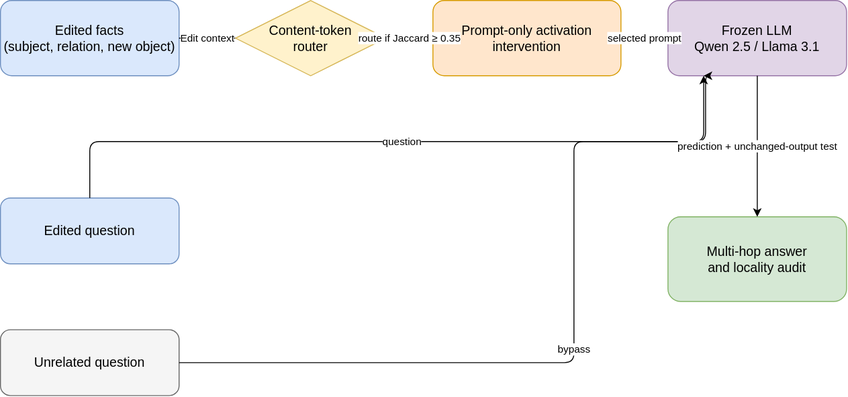
Before: paper_icasp2027/figures/cqag_pipeline.svg, a diagram exported from draw.io (JJayshum/CQAG). Source tidied: cells renumbered, new cells last; positions are measured from the earlier drawing's top-left corner, leaving out a move shared by most shapes.
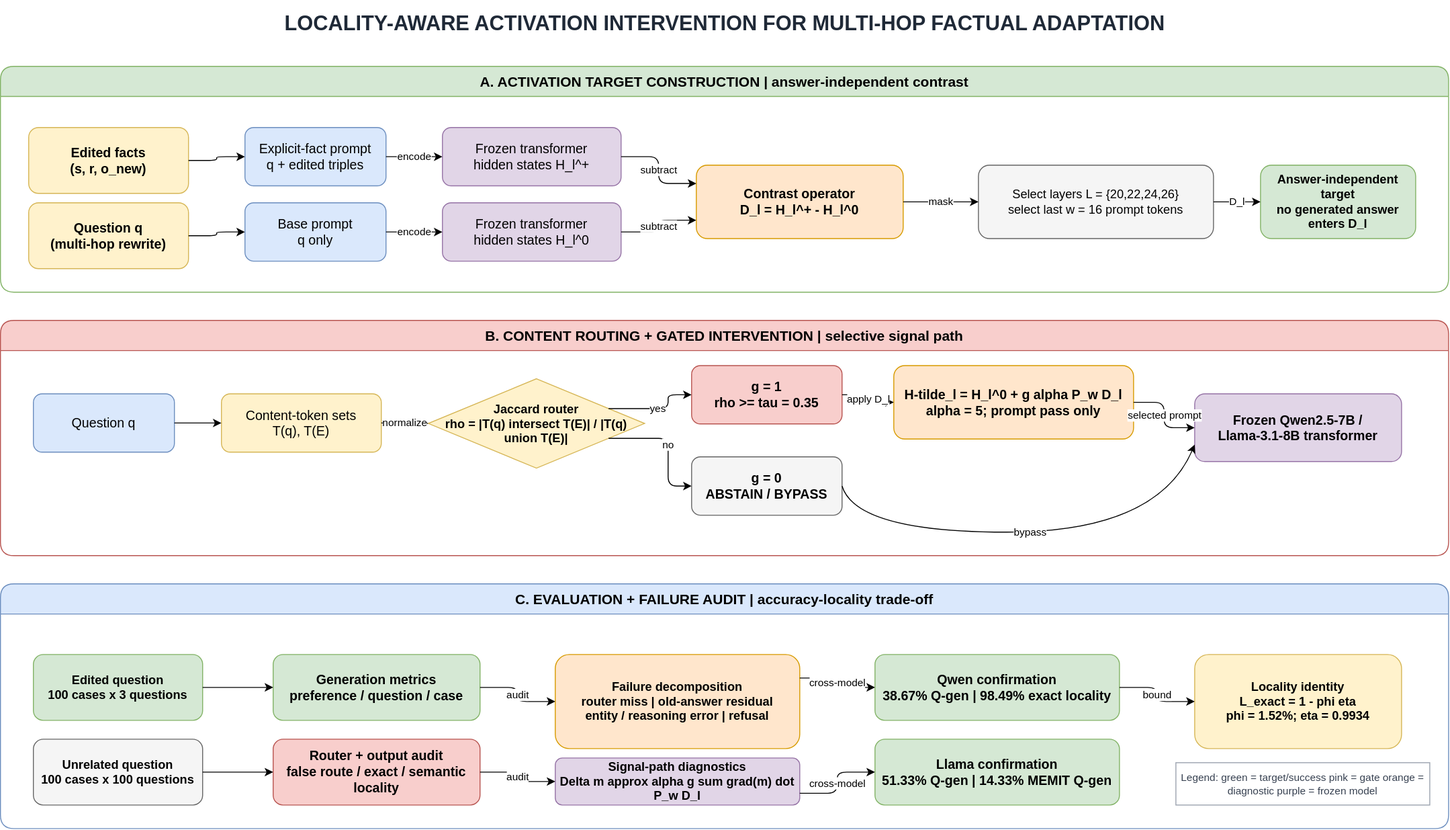
The same file after the commit.

Commit message:
Redesign paper figure with detailed signal-path audit

What changed in the source:
```diff
@@ -2,55 +2,166 @@
   <root>
     <mxCell id="0" />
     <mxCell id="1" parent="0" />
-    <mxCell id="2" value="Edited facts&#10;(subject, relation, new object)" style="rounded=1;whiteSpace=wrap;html=1;fillColor=#dae8fc;strokeColor=#6c8ebf;fontSize=14;" parent="1" vertex="1">
-      <mxGeometry width="190" height="80" as="geometry" />
+    <mxCell id="2" value="LOCALITY-AWARE ACTIVATION INTERVENTION FOR MULTI-HOP FACTUAL ADAPTATION" style="text;html=1;align=center;verticalAlign=middle;fontStyle=1;fontSize=22;fontColor=#1f2937;" parent="1" vertex="1">
+      <mxGeometry y="-130" width="1520" height="50" as="geometry" />
     </mxCell>
-    <mxCell id="3" value="Content-token&#10;router" style="rhombus;whiteSpace=wrap;html=1;fillColor=#fff2cc;strokeColor=#d6b656;fontSize=14;" parent="1" vertex="1">
-      <mxGeometry x="250" width="160" height="80" as="geometry" />
+    <mxCell id="3" value="A. ACTIVATION TARGET CONSTRUCTION  |  answer-independent contrast" style="swimlane;startSize=32;rounded=1;whiteSpace=wrap;html=1;fillColor=#d5e8d4;strokeColor=#82b366;fontStyle=1;fontSize=15;" parent="1" vertex="1">
+      <mxGeometry x="-10" y="-60" width="1540" height="240" as="geometry" />
     </mxCell>
-    <mxCell id="4" value="Prompt-only activation&#10;intervention" style="rounded=1;whiteSpace=wrap;html=1;fillColor=#ffe6cc;strokeColor=#d79b00;fontSize=14;" parent="1" vertex="1">
-      <mxGeometry x="460" width="200" height="80" as="geometry" />
+    <mxCell id="4" value="Edited facts&#10;(s, r, o_new)" style="rounded=1;whiteSpace=wrap;html=1;fillColor=#fff2cc;strokeColor=#d6b656;fontSize=14;fontStyle=1;" parent="3" vertex="1">
+      <mxGeometry x="30" y="65" width="170" height="70" as="geometry" />
     </mxCell>
-    <mxCell id="5" value="Frozen LLM&#10;Qwen 2.5 / Llama 3.1" style="rounded=1;whiteSpace=wrap;html=1;fillColor=#e1d5e7;strokeColor=#9673a6;fontSize=14;" parent="1" vertex="1">
-      <mxGeometry x="710" width="190" height="80" as="geometry" />
+    <mxCell id="5" value="Question q&#10;(multi-hop rewrite)" style="rounded=1;whiteSpace=wrap;html=1;fillColor=#fff2cc;strokeColor=#d6b656;fontSize=14;fontStyle=1;" parent="3" vertex="1">
+      <mxGeometry x="30" y="145" width="170" height="70" as="geometry" />
     </mxCell>
-    <mxCell id="6" value="Edited question" style="rounded=1;whiteSpace=wrap;html=1;fillColor=#dae8fc;strokeColor=#6c8ebf;fontSize=14;" parent="1" vertex="1">
-      <mxGeometry y="210" width="190" height="70" as="geometry" />
+    <mxCell id="6" value="Base prompt&#10;q only" style="rounded=1;whiteSpace=wrap;html=1;fillColor=#dae8fc;strokeColor=#6c8ebf;fontSize=14;" parent="3" vertex="1">
+      <mxGeometry x="260" y="145" width="150" height="62" as="geometry" />
     </mxCell>
-    <mxCell id="7" value="Unrelated question" style="rounded=1;whiteSpace=wrap;html=1;fillColor=#f5f5f5;strokeColor=#666666;fontSize=14;" parent="1" vertex="1">
-      <mxGeometry y="350" width="190" height="70" as="geometry" />
+    <mxCell id="7" value="Explicit-fact prompt&#10;q + edited triples" style="rounded=1;whiteSpace=wrap;html=1;fillColor=#dae8fc;strokeColor=#6c8ebf;fontSize=14;" parent="3" vertex="1">
+      <mxGeometry x="260" y="65" width="150" height="62" as="geometry" />
     </mxCell>
-    <mxCell id="8" value="Multi-hop answer&#10;and locality audit" style="rounded=1;whiteSpace=wrap;html=1;fillColor=#d5e8d4;strokeColor=#82b366;fontSize=14;" parent="1" vertex="1">
-      <mxGeometry x="710" y="230" width="190" height="90" as="geometry" />
+    <mxCell id="8" value="Frozen transformer&#10;hidden states H_l^0" style="rounded=1;whiteSpace=wrap;html=1;fillColor=#e1d5e7;strokeColor=#9673a6;fontSize=14;" parent="3" vertex="1">
+      <mxGeometry x="470" y="145" width="190" height="62" as="geometry" />
     </mxCell>
-    <mxCell id="9" value="Edit context" style="edgeStyle=orthogonalEdgeStyle;rounded=1;jettySize=auto;html=1;exitX=1;exitY=0.5;entryX=0;entryY=0.5;" parent="1" edge="1" source="2" target="3">
-      <mxGeometry relative="1" as="geometry" />
+    <mxCell id="9" value="Frozen transformer&#10;hidden states H_l^+" style="rounded=1;whiteSpace=wrap;html=1;fillColor=#e1d5e7;strokeColor=#9673a6;fontSize=14;" parent="3" vertex="1">
+      <mxGeometry x="470" y="65" width="190" height="62" as="geometry" />
     </mxCell>
-    <mxCell id="10" value="route if Jaccard ≥ 0.35" style="edgeStyle=orthogonalEdgeStyle;rounded=1;jettySize=auto;html=1;exitX=1;exitY=0.5;entryX=0;entryY=0.5;" parent="1" edge="1" source="3" target="4">
-      <mxGeometry relative="1" as="geometry" />
+    <mxCell id="10" value="Contrast operator&#10;D_l = H_l^+ - H_l^0" style="rounded=1;whiteSpace=wrap;html=1;fillColor=#ffe6cc;strokeColor=#d79b00;fontSize=14;fontStyle=1;" parent="3" vertex="1">
+      <mxGeometry x="740" y="105" width="220" height="78" as="geometry" />
     </mxCell>
-    <mxCell id="11" value="selected prompt" style="edgeStyle=orthogonalEdgeStyle;rounded=1;jettySize=auto;html=1;exitX=1;exitY=0.5;entryX=0;entryY=0.5;" parent="1" edge="1" source="4" target="5">
-      <mxGeometry relative="1" as="geometry" />
+    <mxCell id="11" value="Select layers L = {20,22,24,26}&#10;select last w = 16 prompt tokens" style="rounded=1;whiteSpace=wrap;html=1;fillColor=#f5f5f5;strokeColor=#666666;fontSize=13;" parent="3" vertex="1">
+      <mxGeometry x="1040" y="105" width="250" height="78" as="geometry" />
     </mxCell>
-    <mxCell id="12" value="question" style="edgeStyle=orthogonalEdgeStyle;rounded=1;jettySize=auto;html=1;exitX=0.5;exitY=0;entryX=0.2;entryY=1;" parent="1" edge="1" source="6" target="5">
-      <mxGeometry relative="1" as="geometry">
-        <Array as="points">
-          <mxPoint x="390" y="150" />
-          <mxPoint x="750" y="150" />
-        </Array>
-      </mxGeometry>
+    <mxCell id="12" value="Answer-independent target&#10;no generated answer enters D_l" style="rounded=1;whiteSpace=wrap;html=1;fillColor=#d5e8d4;strokeColor=#82b366;fontSize=13;fontStyle=1;" parent="3" vertex="1">
+      <mxGeometry x="1340" y="105" width="165" height="78" as="geometry" />
     </mxCell>
-    <mxCell id="13" value="bypass" style="edgeStyle=orthogonalEdgeStyle;rounded=1;jettySize=auto;html=1;exitX=1;exitY=0.5;entryX=0.2;entryY=1;" parent="1" edge="1" source="7" target="5">
-      <mxGeometry relative="1" as="geometry">
-        <Array as="points">
-          <mxPoint x="610" y="385" />
-          <mxPoint x="610" y="150" />
-          <mxPoint x="750" y="150" />
-        </Array>
-      </mxGeometry>
+    <mxCell id="13" style="edgeStyle=orthogonalEdgeStyle;rounded=1;jettySize=auto;html=1;exitX=1;exitY=0.5;entryX=0;entryY=0.5;" parent="3" edge="1" source="4" target="7">
+      <mxGeometry relative="1" as="geometry" />
     </mxCell>
-    <mxCell id="14" value="prediction + unchanged-output test" style="edgeStyle=orthogonalEdgeStyle;rounded=1;jettySize=auto;html=1;exitX=0.5;exitY=1;entryX=0.5;entryY=0;" parent="1" edge="1" source="5" target="8">
+    <mxCell id="14" style="edgeStyle=orthogonalEdgeStyle;rounded=1;jettySize=auto;html=1;exitX=1;exitY=0.5;entryX=0;entryY=0.5;" parent="3" edge="1" source="5" target="6">
       <mxGeometry relative="1" as="geometry" />
     </mxCell>
+    <mxCell id="15" value="encode" style="edgeStyle=orthogonalEdgeStyle;rounded=1;jettySize=auto;html=1;exitX=1;exitY=0.5;entryX=0;entryY=0.5;" parent="3" edge="1" source="7" target="9">
+      <mxGeometry relative="1" as="geometry" />
+    </mxCell>
+    <mxCell id="16" value="encode" style="edgeStyle=orthogonalEdgeStyle;rounded=1;jettySize=auto;html=1;exitX=1;exitY=0.5;entryX=0;entryY=0.5;" parent="3" edge="1" source="6" target="8">
+      <mxGeometry relative="1" as="geometry" />
+    </mxCell>
+    <mxCell id="17" value="subtract" style="edgeStyle=orthogonalEdgeStyle;rounded=1;jettySize=auto;html=1;exitX=1;exitY=0.5;entryX=0;entryY=0.25;" parent="3" edge="1" source="9" target="10">
+      <mxGeometry relative="1" as="geometry" />
+    </mxCell>
+    <mxCell id="18" value="subtract" style="edgeStyle=orthogonalEdgeStyle;rounded=1;jettySize=auto;html=1;exitX=1;exitY=0.5;entryX=0;entryY=0.75;" parent="3" edge="1" source="8" target="10">
+      <mxGeometry relative="1" as="geometry" />
+    </mxCell>
+    <mxCell id="19" value="mask" style="edgeStyle=orthogonalEdgeStyle;rounded=1;jettySize=auto;html=1;exitX=1;exitY=0.5;entryX=0;entryY=0.5;" parent="3" edge="1" source="10" target="11">
+      <mxGeometry relative="1" as="geometry" />
+    </mxCell>
+    <mxCell id="20" value="D_l" style="edgeStyle=orthogonalEdgeStyle;rounded=1;jettySize=auto;html=1;exitX=1;exitY=0.5;entryX=0;entryY=0.5;" parent="3" edge="1" source="11" target="12">
+      <mxGeometry relative="1" as="geometry" />
+    </mxCell>
+    <mxCell id="21" value="B. CONTENT ROUTING + GATED INTERVENTION  |  selective signal path" style="swimlane;startSize=32;rounded=1;whiteSpace=wrap;html=1;fillColor=#f8cecc;strokeColor=#b85450;fontStyle=1;fontSize=15;" parent="1" vertex="1">
+      <mxGeometry x="-10" y="210" width="1540" height="250" as="geometry" />
+    </mxCell>
+    <mxCell id="22" value="Question q" style="rounded=1;whiteSpace=wrap;html=1;fillColor=#dae8fc;strokeColor=#6c8ebf;fontSize=14;" parent="21" vertex="1">
+      <mxGeometry x="35" y="78" width="150" height="62" as="geometry" />
+    </mxCell>
+    <mxCell id="23" value="Content-token sets&#10;T(q), T(E)" style="rounded=1;whiteSpace=wrap;html=1;fillColor=#fff2cc;strokeColor=#d6b656;fontSize=14;" parent="21" vertex="1">
+      <mxGeometry x="235" y="78" width="170" height="62" as="geometry" />
+    </mxCell>
+    <mxCell id="24" value="Jaccard router&#10;rho = |T(q) intersect T(E)| / |T(q) union T(E)|" style="rhombus;whiteSpace=wrap;html=1;fillColor=#fff2cc;strokeColor=#d6b656;fontSize=13;fontStyle=1;" parent="21" vertex="1">
+      <mxGeometry x="455" y="62" width="230" height="95" as="geometry" />
+    </mxCell>
+    <mxCell id="25" value="g = 1&#10;rho &gt;= tau = 0.35" style="rounded=1;whiteSpace=wrap;html=1;fillColor=#f8cecc;strokeColor=#b85450;fontSize=14;fontStyle=1;" parent="21" vertex="1">
+      <mxGeometry x="735" y="48" width="160" height="62" as="geometry" />
+    </mxCell>
+    <mxCell id="26" value="g = 0&#10;ABSTAIN / BYPASS" style="rounded=1;whiteSpace=wrap;html=1;fillColor=#f5f5f5;strokeColor=#666666;fontSize=14;fontStyle=1;" parent="21" vertex="1">
+      <mxGeometry x="735" y="145" width="160" height="62" as="geometry" />
+    </mxCell>
+    <mxCell id="27" value="H-tilde_l = H_l^0 + g alpha P_w D_l&#10;alpha = 5; prompt pass only" style="rounded=1;whiteSpace=wrap;html=1;fillColor=#ffe6cc;strokeColor=#d79b00;fontSize=14;fontStyle=1;" parent="21" vertex="1">
+      <mxGeometry x="950" y="48" width="255" height="78" as="geometry" />
+    </mxCell>
+    <mxCell id="28" value="Frozen Qwen2.5-7B /&#10;Llama-3.1-8B transformer" style="rounded=1;whiteSpace=wrap;html=1;fillColor=#e1d5e7;strokeColor=#9673a6;fontSize=14;fontStyle=1;" parent="21" vertex="1">
+      <mxGeometry x="1270" y="78" width="220" height="72" as="geometry" />
+    </mxCell>
+    <mxCell id="29" style="edgeStyle=orthogonalEdgeStyle;rounded=1;jettySize=auto;html=1;exitX=1;exitY=0.5;entryX=0;entryY=0.5;" parent="21" edge="1" source="22" target="23">
+      <mxGeometry relative="1" as="geometry" />
+    </mxCell>
+    <mxCell id="30" value="normalize" style="edgeStyle=orthogonalEdgeStyle;rounded=1;jettySize=auto;html=1;exitX=1;exitY=0.5;entryX=0;entryY=0.5;" parent="21" edge="1" source="23" target="24">
+      <mxGeometry relative="1" as="geometry" />
+    </mxCell>
+    <mxCell id="31" value="yes" style="edgeStyle=orthogonalEdgeStyle;rounded=1;jettySize=auto;html=1;exitX=1;exitY=0.25;entryX=0;entryY=0.5;" parent="21" edge="1" source="24" target="25">
+      <mxGeometry relative="1" as="geometry" />
+    </mxCell>
+    <mxCell id="32" value="no" style="edgeStyle=orthogonalEdgeStyle;rounded=1;jettySize=auto;html=1;exitX=1;exitY=0.75;entryX=0;entryY=0.5;" parent="21" edge="1" source="24" target="26">
+      <mxGeometry relative="1" as="geometry" />
+    </mxCell>
+    <mxCell id="33" value="apply D_l" style="edgeStyle=orthogonalEdgeStyle;rounded=1;jettySize=auto;html=1;exitX=1;exitY=0.5;entryX=0;entryY=0.5;" parent="21" edge="1" source="25" target="27">
+      <mxGeometry relative="1" as="geometry" />
+    </mxCell>
+    <mxCell id="34" value="bypass" style="edgeStyle=none;curved=1;rounded=1;html=1;exitX=1;exitY=0.5;entryX=0;entryY=0.75;" parent="21" edge="1" source="26" target="28">
+      <mxGeometry relative="1" as="geometry">
+        <Array as="points">
+          <mxPoint x="910" y="225" />
+          <mxPoint x="1230" y="225" />
+        </Array>
+      </mxGeometry>
+    </mxCell>
+    <mxCell id="35" value="selected prompt" style="edgeStyle=orthogonalEdgeStyle;rounded=1;jettySize=auto;html=1;exitX=1;exitY=0.5;entryX=0;entryY=0.5;" parent="21" edge="1" source="27" target="28">
+      <mxGeometry relative="1" as="geometry" />
+    </mxCell>
+    <mxCell id="36" value="C. EVALUATION + FAILURE AUDIT  |  accuracy-locality trade-off" style="swimlane;startSize=32;rounded=1;whiteSpace=wrap;html=1;fillColor=#dae8fc;strokeColor=#6c8ebf;fontStyle=1;fontSize=15;" parent="1" vertex="1">
+      <mxGeometry x="-10" y="490" width="1540" height="260" as="geometry" />
+    </mxCell>
+    <mxCell id="37" value="Edited question&#10;100 cases x 3 questions" style="rounded=1;whiteSpace=wrap;html=1;fillColor=#d5e8d4;strokeColor=#82b366;fontSize=13;fontStyle=1;" parent="36" vertex="1">
+      <mxGeometry x="35" y="75" width="180" height="70" as="geometry" />
+    </mxCell>
+    <mxCell id="38" value="Unrelated question&#10;100 cases x 100 questions" style="rounded=1;whiteSpace=wrap;html=1;fillColor=#f5f5f5;strokeColor=#666666;fontSize=13;fontStyle=1;" parent="36" vertex="1">
+      <mxGeometry x="35" y="165" width="180" height="70" as="geometry" />
+    </mxCell>
+    <mxCell id="39" value="Generation metrics&#10;preference / question / case" style="rounded=1;whiteSpace=wrap;html=1;fillColor=#d5e8d4;strokeColor=#82b366;fontSize=14;fontStyle=1;" parent="36" vertex="1">
+      <mxGeometry x="290" y="75" width="220" height="70" as="geometry" />
+    </mxCell>
+    <mxCell id="40" value="Router + output audit&#10;false route / exact / semantic locality" style="rounded=1;whiteSpace=wrap;html=1;fillColor=#f8cecc;strokeColor=#b85450;fontSize=14;fontStyle=1;" parent="36" vertex="1">
+      <mxGeometry x="290" y="165" width="220" height="70" as="geometry" />
+    </mxCell>
+    <mxCell id="41" value="Failure decomposition&#10;router miss | old-answer residual&#10;entity / reasoning error | refusal" style="rounded=1;whiteSpace=wrap;html=1;fillColor=#ffe6cc;strokeColor=#d79b00;fontSize=13;fontStyle=1;" parent="36" vertex="1">
+      <mxGeometry x="590" y="75" width="260" height="100" as="geometry" />
+    </mxCell>
+    <mxCell id="42" value="Signal-path diagnostics&#10;Delta m approx alpha g sum grad(m) dot P_w D_l" style="rounded=1;whiteSpace=wrap;html=1;fillColor=#e1d5e7;strokeColor=#9673a6;fontSize=13;fontStyle=1;" parent="36" vertex="1">
+      <mxGeometry x="590" y="185" width="260" height="50" as="geometry" />
+    </mxCell>
+    <mxCell id="43" value="Qwen confirmation&#10;38.67% Q-gen | 98.49% exact locality" style="rounded=1;whiteSpace=wrap;html=1;fillColor=#d5e8d4;strokeColor=#82b366;fontSize=14;fontStyle=1;" parent="36" vertex="1">
+      <mxGeometry x="930" y="75" width="260" height="70" as="geometry" />
+    </mxCell>
+    <mxCell id="44" value="Llama confirmation&#10;51.33% Q-gen | 14.33% MEMIT Q-gen" style="rounded=1;whiteSpace=wrap;html=1;fillColor=#d5e8d4;strokeColor=#82b366;fontSize=14;fontStyle=1;" parent="36" vertex="1">
+      <mxGeometry x="930" y="165" width="260" height="70" as="geometry" />
+    </mxCell>
+    <mxCell id="45" value="Locality identity&#10;L_exact = 1 - phi eta&#10;phi = 1.52%; eta = 0.9934" style="rounded=1;whiteSpace=wrap;html=1;fillColor=#fff2cc;strokeColor=#d6b656;fontSize=13;fontStyle=1;" parent="36" vertex="1">
+      <mxGeometry x="1270" y="75" width="220" height="100" as="geometry" />
+    </mxCell>
+    <mxCell id="46" value="Legend: green = target/success   pink = gate   orange = diagnostic   purple = frozen model" style="rounded=0;whiteSpace=wrap;html=1;align=center;verticalAlign=middle;fontSize=11;fontColor=#374151;fillColor=#ffffff;strokeColor=#9ca3af;" parent="36" vertex="1">
+      <mxGeometry x="1250" y="190" width="270" height="45" as="geometry" />
+    </mxCell>
+    <mxCell id="47" style="edgeStyle=orthogonalEdgeStyle;rounded=1;jettySize=auto;html=1;exitX=1;exitY=0.5;entryX=0;entryY=0.5;" parent="36" edge="1" source="37" target="39">
+      <mxGeometry relative="1" as="geometry" />
+    </mxCell>
+    <mxCell id="48" style="edgeStyle=orthogonalEdgeStyle;rounded=1;jettySize=auto;html=1;exitX=1;exitY=0.5;entryX=0;entryY=0.5;" parent="36" edge="1" source="38" target="40">
+      <mxGeometry relative="1" as="geometry" />
+    </mxCell>
+    <mxCell id="49" value="audit" style="edgeStyle=orthogonalEdgeStyle;rounded=1;jettySize=auto;html=1;exitX=1;exitY=0.5;entryX=0;entryY=0.5;" parent="36" edge="1" source="39" target="41">
+      <mxGeometry relative="1" as="geometry" />
+    </mxCell>
+    <mxCell id="50" value="audit" style="edgeStyle=orthogonalEdgeStyle;rounded=1;jettySize=auto;html=1;exitX=1;exitY=0.5;entryX=0;entryY=0.5;" parent="36" edge="1" source="40" target="42">
+      <mxGeometry relative="1" as="geometry" />
+    </mxCell>
+    <mxCell id="51" value="cross-model" style="edgeStyle=orthogonalEdgeStyle;rounded=1;jettySize=auto;html=1;exitX=1;exitY=0.25;entryX=0;entryY=0.5;" parent="36" edge="1" source="41" target="43">
+      <mxGeometry relative="1" as="geometry" />
+    </mxCell>
+    <mxCell id="52" value="cross-model" style="edgeStyle=orthogonalEdgeStyle;rounded=1;jettySize=auto;html=1;exitX=1;exitY=0.75;entryX=0;entryY=0.5;" parent="36" edge="1" source="42" target="44">
+      <mxGeometry relative="1" as="geometry" />
+    </mxCell>
+    <mxCell id="53" value="bound" style="edgeStyle=orthogonalEdgeStyle;rounded=1;jettySize=auto;html=1;exitX=1;exitY=0.5;entryX=0;entryY=0.5;" parent="36" edge="1" source="43" target="45">
+      <mxGeometry relative="1" as="geometry" />
+    </mxCell>
   </root>
 </mxGraphModel>
```
